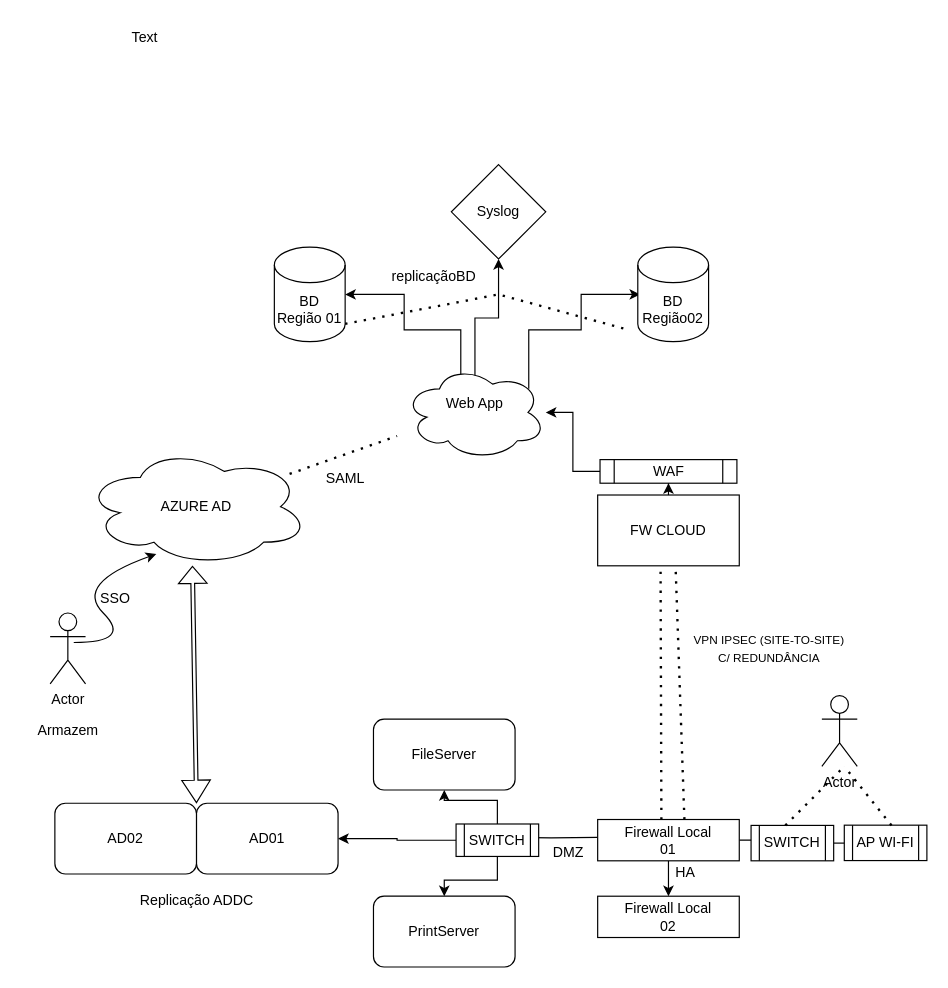
zaanc/PROVA-1 keeps this draw.io diagram as Prova01-Infraestrutura.drawio. Above is the earlier version. Source tidied: cells renumbered, new cells numbered last; positions are measured from the earlier drawing's top-left corner, leaving out a move shared by most shapes. Both pictures are drawn from the tidied source at 118%, with x=0, y=0 at pixel (20, 20).
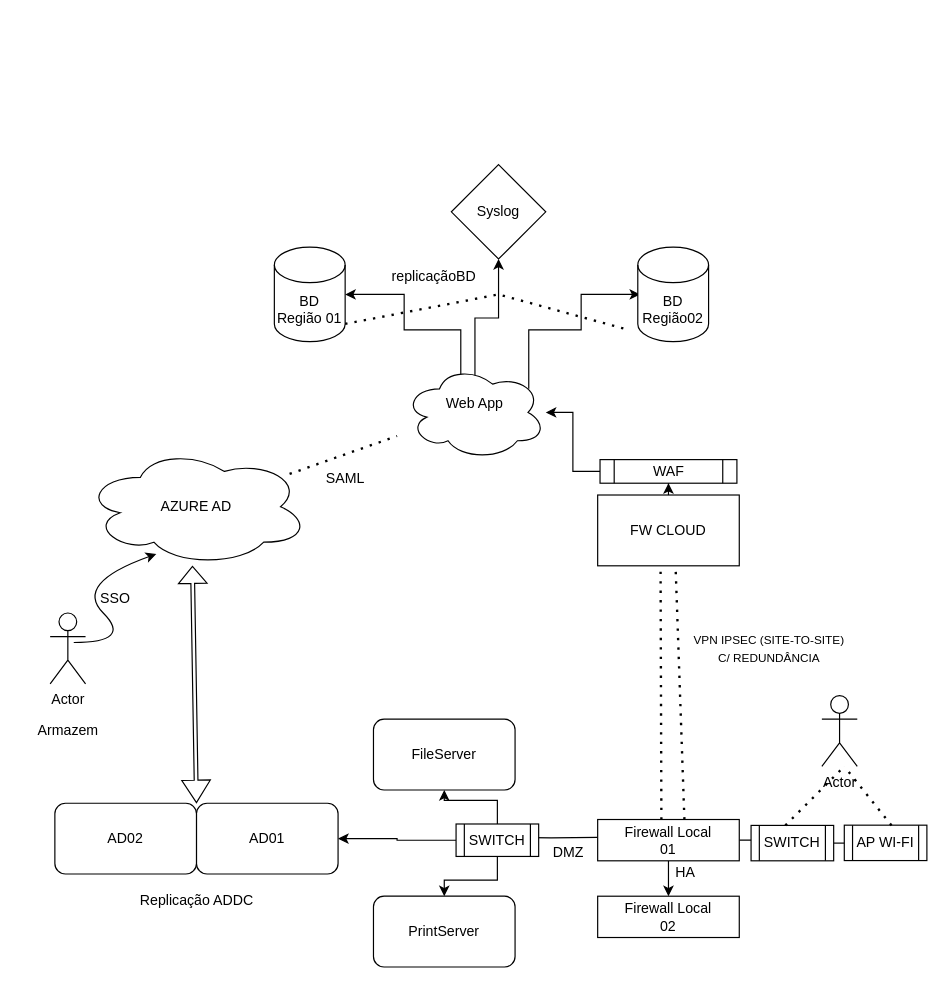
The same page after the edit.

Change to the diagram source:
```diff
@@
-    <mxCell id="49" value="Text" style="text;html=1;align=center;verticalAlign=middle;strokeColor=none;fillColor=none;" parent="1" vertex="1">
-      <mxGeometry x="85" width="40" height="30" as="geometry" />
-    </mxCell>
```
